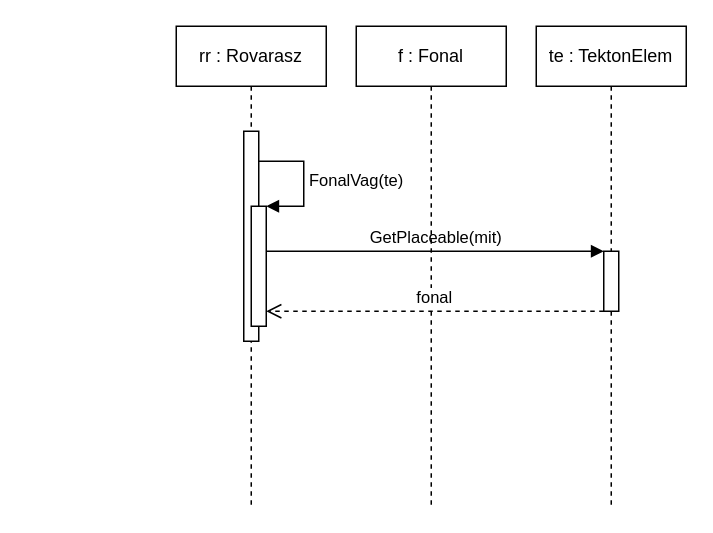
Above: UML/ujSzekvencia/Rovarasz_FonalVag.drawio in CsipetCsapatProjlab/Project (draw.io), before the change. Source tidied: cells renumbered, new cells numbered last; positions are measured from the earlier drawing's top-left corner, leaving out a move shared by most shapes. Both pictures are drawn from the tidied source at 150%, with x=0, y=0 at pixel (176, 26).
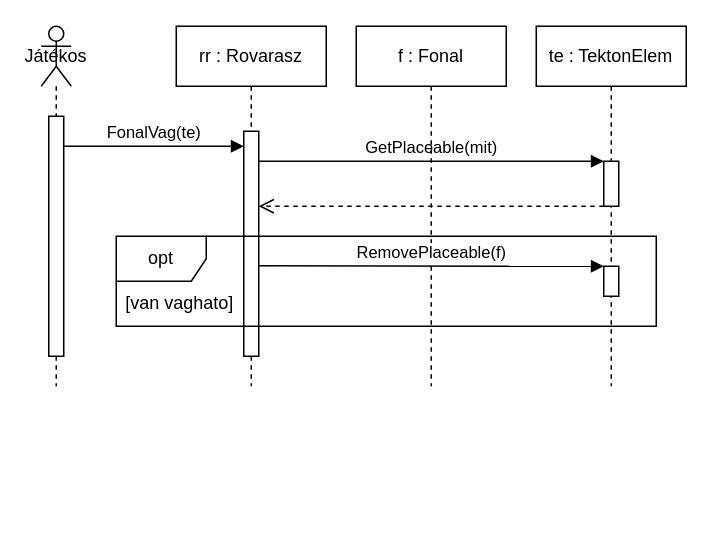
The same diagram, later.

Diff of the diagram source:
```diff
@@
 <mxGraphModel>
   <root>
     <mxCell id="0" />
     <mxCell id="1" parent="0" />
     <mxCell id="2" value="rr : Rovarasz" style="shape=umlLifeline;perimeter=lifelinePerimeter;whiteSpace=wrap;html=1;newEdgeStyle={&quot;curved&quot;:0,&quot;rounded&quot;:0};" parent="1" vertex="1">
-      <mxGeometry width="100" height="320" as="geometry" />
+      <mxGeometry width="100" height="240" as="geometry" />
     </mxCell>
     <mxCell id="3" style="html=1;points=[[0,0,0,0,5],[0,1,0,0,-5],[1,0,0,0,5],[1,1,0,0,-5]];perimeter=orthogonalPerimeter;outlineConnect=0;targetShapes=umlLifeline;portConstraint=eastwest;newEdgeStyle={&quot;curved&quot;:0,&quot;rounded&quot;:0};" parent="2" vertex="1">
-      <mxGeometry x="45" y="70" width="10" height="140" as="geometry" />
+      <mxGeometry x="45" y="70" width="10" height="150" as="geometry" />
     </mxCell>
-    <mxCell id="4" style="html=1;points=[[0,0,0,0,5],[0,1,0,0,-5],[1,0,0,0,5],[1,1,0,0,-5]];perimeter=orthogonalPerimeter;outlineConnect=0;targetShapes=umlLifeline;portConstraint=eastwest;newEdgeStyle={&quot;curved&quot;:0,&quot;rounded&quot;:0};" parent="2" vertex="1">
-      <mxGeometry x="50" y="120" width="10" height="80" as="geometry" />
-    </mxCell>
-    <mxCell id="5" value="FonalVag(te)" style="html=1;align=left;spacingLeft=2;endArrow=block;rounded=0;edgeStyle=orthogonalEdgeStyle;curved=0;rounded=0;" parent="2" edge="1" target="4">
-      <mxGeometry relative="1" as="geometry">
-        <mxPoint x="55" y="90" as="sourcePoint" />
-        <Array as="points">
-          <mxPoint x="85" y="120" />
-        </Array>
-      </mxGeometry>
-    </mxCell>
     <mxCell id="6" value="te : TektonElem" style="shape=umlLifeline;perimeter=lifelinePerimeter;whiteSpace=wrap;html=1;newEdgeStyle={&quot;curved&quot;:0,&quot;rounded&quot;:0};" parent="1" vertex="1">
-      <mxGeometry x="240" width="100" height="320" as="geometry" />
+      <mxGeometry x="240" width="100" height="240" as="geometry" />
     </mxCell>
     <mxCell id="7" style="html=1;points=[[0,0,0,0,5],[0,1,0,0,-5],[1,0,0,0,5],[1,1,0,0,-5]];perimeter=orthogonalPerimeter;outlineConnect=0;targetShapes=umlLifeline;portConstraint=eastwest;newEdgeStyle={&quot;curved&quot;:0,&quot;rounded&quot;:0};" parent="6" vertex="1">
-      <mxGeometry x="45" y="150" width="10" height="40" as="geometry" />
+      <mxGeometry x="45" y="90" width="10" height="30" as="geometry" />
     </mxCell>
+    <mxCell id="11" style="html=1;points=[[0,0,0,0,5],[0,1,0,0,-5],[1,0,0,0,5],[1,1,0,0,-5]];perimeter=orthogonalPerimeter;outlineConnect=0;targetShapes=umlLifeline;portConstraint=eastwest;newEdgeStyle={&quot;curved&quot;:0,&quot;rounded&quot;:0};" parent="6" vertex="1">
+      <mxGeometry x="45" y="160" width="10" height="20" as="geometry" />
+    </mxCell>
-    <mxCell id="8" value="&lt;div&gt;GetPlaceable(mit)&lt;/div&gt;" style="html=1;verticalAlign=bottom;endArrow=block;curved=0;rounded=0;" parent="1" edge="1" target="7">
+    <mxCell id="8" value="&lt;div&gt;GetPlaceable(mit)&lt;/div&gt;" style="html=1;verticalAlign=bottom;endArrow=block;curved=0;rounded=0;" parent="1" edge="1">
       <mxGeometry relative="1" as="geometry">
-        <mxPoint x="60" y="150" as="sourcePoint" />
+        <mxPoint x="55" y="90" as="sourcePoint" />
+        <mxPoint x="285" y="90" as="targetPoint" />
       </mxGeometry>
     </mxCell>
     <mxCell id="9" value="f : Fonal" style="shape=umlLifeline;perimeter=lifelinePerimeter;whiteSpace=wrap;html=1;newEdgeStyle={&quot;curved&quot;:0,&quot;rounded&quot;:0};" parent="1" vertex="1">
-      <mxGeometry x="120" width="100" height="320" as="geometry" />
+      <mxGeometry x="120" width="100" height="240" as="geometry" />
     </mxCell>
-    <mxCell id="10" value="fonal" style="html=1;verticalAlign=bottom;endArrow=open;dashed=1;endSize=8;curved=0;rounded=0;" parent="1" edge="1" source="7">
+    <mxCell id="10" style="html=1;verticalAlign=bottom;endArrow=open;dashed=1;endSize=8;curved=0;rounded=0;" parent="1" edge="1">
       <mxGeometry relative="1" as="geometry">
-        <mxPoint x="60" y="190" as="targetPoint" />
+        <mxPoint x="285" y="120" as="sourcePoint" />
+        <mxPoint x="55" y="120" as="targetPoint" />
       </mxGeometry>
     </mxCell>
+    <mxCell id="12" value="Játékos" style="shape=umlLifeline;perimeter=lifelinePerimeter;whiteSpace=wrap;html=1;newEdgeStyle={&quot;curved&quot;:0,&quot;rounded&quot;:0};participant=umlActor;" parent="1" vertex="1">
+      <mxGeometry x="-90" width="20" height="240" as="geometry" />
+    </mxCell>
+    <mxCell id="13" style="html=1;perimeter=orthogonalPerimeter;targetShapes=umlLifeline;newEdgeStyle={&quot;curved&quot;:0,&quot;rounded&quot;:0};" parent="12" vertex="1">
+      <mxGeometry x="5" y="60" width="10" height="160" as="geometry" />
+    </mxCell>
+    <mxCell id="5" value="FonalVag(te)" style="html=1;verticalAlign=bottom;endArrow=block;curved=0;rounded=0;" parent="1" edge="1" target="3">
+      <mxGeometry relative="1" as="geometry">
+        <mxPoint x="-75" y="80" as="sourcePoint" />
+      </mxGeometry>
+    </mxCell>
+    <mxCell id="14" value="opt" style="shape=umlFrame;whiteSpace=wrap;html=1;" parent="1" vertex="1">
+      <mxGeometry x="-40" y="140" width="360" height="60" as="geometry" />
+    </mxCell>
+    <mxCell id="15" value="[van vaghato]" style="text;html=1;align=center;verticalAlign=middle;strokeColor=none;fillColor=none;" parent="1" vertex="1">
+      <mxGeometry x="-48" y="170" width="100" height="30" as="geometry" />
+    </mxCell>
+    <mxCell id="16" value="RemovePlaceable(f)" style="html=1;verticalAlign=bottom;endArrow=block;curved=0;rounded=0;" parent="1" edge="1" target="11">
+      <mxGeometry relative="1" as="geometry">
+        <mxPoint x="55" y="159.7" as="sourcePoint" />
+      </mxGeometry>
+    </mxCell>
   </root>
 </mxGraphModel>
```
